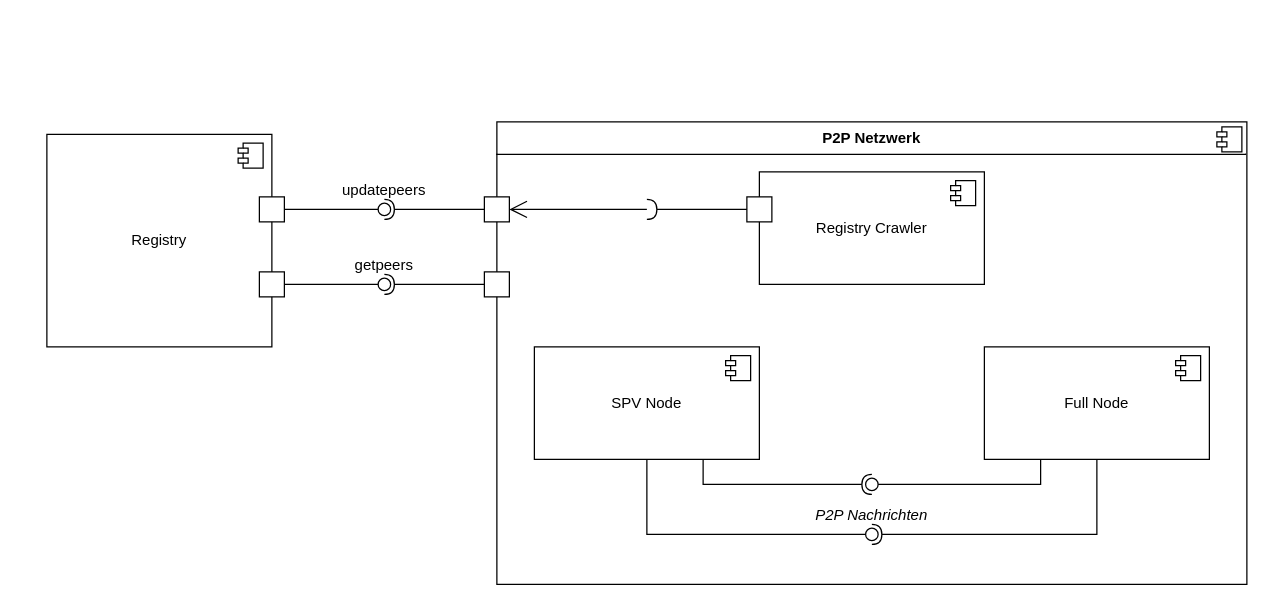
Before: docs/arc42/arc42-MinerNetwork/images/Layer 1.drawio in bjoern621/VSP-Blockchain, a draw.io diagram. Source tidied: cells renumbered, new cells numbered last; positions are measured from the earlier drawing's top-left corner, leaving out a move shared by most shapes. Both pictures are drawn from the tidied source at 125%, with x=0, y=0 at pixel (46, 121).
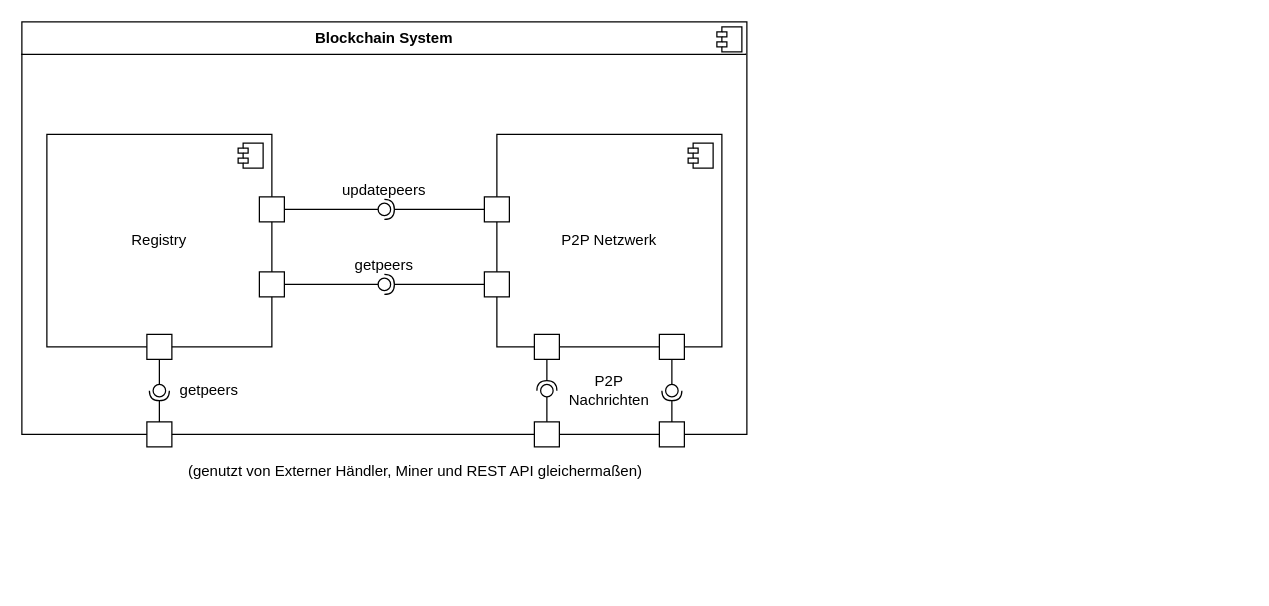
Above is the later version.

Commit message (it also covers changes not shown here):
Diagramme angepasst

Diff of the diagram source:
```diff
@@
-    <mxCell id="2" value="&lt;p style=&quot;margin:0px;margin-top:6px;text-align:center;&quot;&gt;&lt;b&gt;P2P Netzwerk&lt;/b&gt;&lt;/p&gt;&lt;hr size=&quot;1&quot; style=&quot;border-style:solid;&quot;&gt;&lt;p style=&quot;margin:0px;margin-left:8px;&quot;&gt;&lt;br&gt;&lt;/p&gt;" style="align=left;overflow=fill;html=1;whiteSpace=wrap;" parent="1" vertex="1">
-      <mxGeometry x="360" width="600" height="370" as="geometry" />
-    </mxCell>
-    <mxCell id="3" style="shape=component;jettyWidth=8;jettyHeight=4;" parent="2" vertex="1">
-      <mxGeometry x="1" width="20" height="20" relative="1" as="geometry">
-        <mxPoint x="-24" y="4" as="offset" />
-      </mxGeometry>
-    </mxCell>
-    <mxCell id="4" value="Registry Crawler" style="html=1;whiteSpace=wrap;" parent="1" vertex="1">
-      <mxGeometry x="570" y="40" width="180" height="90" as="geometry" />
-    </mxCell>
-    <mxCell id="5" style="shape=module;jettyWidth=8;jettyHeight=4;" parent="4" vertex="1">
-      <mxGeometry x="1" width="20" height="20" relative="1" as="geometry">
-        <mxPoint x="-27" y="7" as="offset" />
-      </mxGeometry>
-    </mxCell>
-    <mxCell id="6" value="Full Node" style="html=1;whiteSpace=wrap;" parent="1" vertex="1">
-      <mxGeometry x="750" y="180" width="180" height="90" as="geometry" />
-    </mxCell>
-    <mxCell id="7" style="shape=module;jettyWidth=8;jettyHeight=4;" parent="6" vertex="1">
-      <mxGeometry x="1" width="20" height="20" relative="1" as="geometry">
-        <mxPoint x="-27" y="7" as="offset" />
-      </mxGeometry>
-    </mxCell>
-    <mxCell id="8" value="SPV Node" style="html=1;whiteSpace=wrap;" parent="1" vertex="1">
-      <mxGeometry x="390" y="180" width="180" height="90" as="geometry" />
-    </mxCell>
-    <mxCell id="9" style="shape=module;jettyWidth=8;jettyHeight=4;" parent="8" vertex="1">
-      <mxGeometry x="1" width="20" height="20" relative="1" as="geometry">
-        <mxPoint x="-27" y="7" as="offset" />
-      </mxGeometry>
-    </mxCell>
-    <mxCell id="10" style="ellipse;whiteSpace=wrap;html=1;align=center;fillColor=none;strokeColor=none;perimeter=centerPerimeter;" parent="1" vertex="1">
-      <mxGeometry x="910" y="130" width="10" height="10" as="geometry" />
-    </mxCell>
-    <mxCell id="11" style="rounded=0;jettySize=auto;html=1;endArrow=halfCircle;endFill=0;endSize=6;strokeWidth=1;sketch=0;exitX=0.75;exitY=1;exitDx=0;exitDy=0;edgeStyle=orthogonalEdgeStyle;" parent="1" edge="1" source="8">
-      <mxGeometry relative="1" as="geometry">
-        <mxPoint x="660" y="290" as="targetPoint" />
-        <Array as="points">
-          <mxPoint x="525" y="290" />
-        </Array>
-      </mxGeometry>
-    </mxCell>
-    <mxCell id="12" style="rounded=0;jettySize=auto;html=1;endArrow=oval;endFill=0;sketch=0;sourcePerimeterSpacing=0;targetPerimeterSpacing=0;endSize=10;exitX=0.25;exitY=1;exitDx=0;exitDy=0;edgeStyle=orthogonalEdgeStyle;" parent="1" edge="1" source="6">
-      <mxGeometry relative="1" as="geometry">
-        <mxPoint x="660" y="290" as="targetPoint" />
-        <Array as="points">
-          <mxPoint x="795" y="290" />
-        </Array>
-      </mxGeometry>
-    </mxCell>
-    <mxCell id="13" style="ellipse;whiteSpace=wrap;html=1;align=center;fillColor=none;strokeColor=none;perimeter=centerPerimeter;" parent="1" vertex="1">
-      <mxGeometry x="855" y="100" width="10" height="10" as="geometry" />
-    </mxCell>
-    <mxCell id="14" style="rounded=0;jettySize=auto;html=1;endArrow=halfCircle;endFill=0;endSize=6;strokeWidth=1;sketch=0;edgeStyle=orthogonalEdgeStyle;exitX=0.5;exitY=1;exitDx=0;exitDy=0;" parent="1" edge="1" source="6">
-      <mxGeometry relative="1" as="geometry">
-        <mxPoint x="660" y="330" as="targetPoint" />
-        <Array as="points">
-          <mxPoint x="840" y="330" />
-        </Array>
-      </mxGeometry>
-    </mxCell>
-    <mxCell id="15" style="rounded=0;jettySize=auto;html=1;endArrow=oval;endFill=0;sketch=0;sourcePerimeterSpacing=0;targetPerimeterSpacing=0;endSize=10;edgeStyle=orthogonalEdgeStyle;exitX=0.5;exitY=1;exitDx=0;exitDy=0;" parent="1" edge="1" source="8">
-      <mxGeometry relative="1" as="geometry">
-        <mxPoint x="660" y="330" as="targetPoint" />
-        <Array as="points">
-          <mxPoint x="480" y="330" />
-        </Array>
-      </mxGeometry>
-    </mxCell>
-    <mxCell id="16" value="&lt;i&gt;P2P Nachrichten&lt;/i&gt;" style="text;html=1;whiteSpace=wrap;strokeColor=none;fillColor=none;align=center;verticalAlign=middle;rounded=0;glass=0;" parent="1" vertex="1">
-      <mxGeometry x="600" y="300" width="120" height="30" as="geometry" />
-    </mxCell>
+    <mxCell id="35" value="&lt;p style=&quot;margin:0px;margin-top:6px;text-align:center;&quot;&gt;&lt;b&gt;Blockchain System&lt;/b&gt;&lt;/p&gt;&lt;hr size=&quot;1&quot; style=&quot;border-style:solid;&quot;&gt;&lt;p style=&quot;margin:0px;margin-left:8px;&quot;&gt;&lt;br&gt;&lt;/p&gt;" style="align=left;overflow=fill;html=1;whiteSpace=wrap;" parent="1" vertex="1">
+      <mxGeometry x="-20" y="-80" width="580" height="330" as="geometry" />
+    </mxCell>
+    <mxCell id="36" style="shape=component;jettyWidth=8;jettyHeight=4;" parent="35" vertex="1">
+      <mxGeometry x="1" width="20" height="20" relative="1" as="geometry">
+        <mxPoint x="-24" y="4" as="offset" />
+      </mxGeometry>
+    </mxCell>
@@
-    <mxCell id="20" style="rounded=0;whiteSpace=wrap;html=1;" parent="1" vertex="1">
-      <mxGeometry x="350" y="60" width="20" height="20" as="geometry" />
-    </mxCell>
@@
-    <mxCell id="23" style="ellipse;whiteSpace=wrap;html=1;align=center;fillColor=none;strokeColor=none;perimeter=centerPerimeter;" parent="1" vertex="1">
-      <mxGeometry x="475" y="40" width="10" height="10" as="geometry" />
-    </mxCell>
@@
-    <mxCell id="25" style="rounded=0;whiteSpace=wrap;html=1;" parent="1" vertex="1">
-      <mxGeometry x="350" y="120" width="20" height="20" as="geometry" />
-    </mxCell>
@@
-    <mxCell id="30" style="rounded=0;whiteSpace=wrap;html=1;" parent="1" vertex="1">
-      <mxGeometry x="560" y="60" width="20" height="20" as="geometry" />
-    </mxCell>
-    <mxCell id="31" style="ellipse;whiteSpace=wrap;html=1;align=center;fillColor=none;strokeColor=none;perimeter=centerPerimeter;" parent="1" vertex="1">
-      <mxGeometry x="490" y="90" width="10" height="10" as="geometry" />
-    </mxCell>
-    <mxCell id="32" style="rounded=0;jettySize=auto;html=1;endArrow=halfCircle;endFill=0;endSize=6;strokeWidth=1;sketch=0;exitX=0;exitY=0.5;exitDx=0;exitDy=0;" parent="1" edge="1" source="30">
-      <mxGeometry relative="1" as="geometry">
-        <mxPoint x="480" y="70" as="targetPoint" />
-      </mxGeometry>
-    </mxCell>
-    <mxCell id="33" style="ellipse;whiteSpace=wrap;html=1;align=center;fillColor=none;strokeColor=none;perimeter=centerPerimeter;" parent="1" vertex="1">
-      <mxGeometry x="485" y="60" width="10" height="10" as="geometry" />
-    </mxCell>
-    <mxCell id="34" style="endArrow=open;endFill=1;endSize=12;html=1;rounded=0;entryX=1;entryY=0.5;entryDx=0;entryDy=0;" parent="1" edge="1" target="20">
-      <mxGeometry relative="1" as="geometry">
-        <mxPoint x="480" y="70" as="sourcePoint" />
-      </mxGeometry>
-    </mxCell>
+    <mxCell id="2" value="P2P Netzwerk" style="html=1;whiteSpace=wrap;" parent="1" vertex="1">
+      <mxGeometry x="360" y="10" width="180" height="170" as="geometry" />
+    </mxCell>
+    <mxCell id="37" style="shape=module;jettyWidth=8;jettyHeight=4;" parent="2" vertex="1">
+      <mxGeometry x="1" width="20" height="20" relative="1" as="geometry">
+        <mxPoint x="-27" y="7" as="offset" />
+      </mxGeometry>
+    </mxCell>
+    <mxCell id="20" style="rounded=0;whiteSpace=wrap;html=1;" parent="1" vertex="1">
+      <mxGeometry x="350" y="60" width="20" height="20" as="geometry" />
+    </mxCell>
+    <mxCell id="25" style="rounded=0;whiteSpace=wrap;html=1;" parent="1" vertex="1">
+      <mxGeometry x="350" y="120" width="20" height="20" as="geometry" />
+    </mxCell>
+    <mxCell id="38" style="rounded=0;whiteSpace=wrap;html=1;" parent="1" vertex="1">
+      <mxGeometry x="80" y="170" width="20" height="20" as="geometry" />
+    </mxCell>
+    <mxCell id="39" style="rounded=0;whiteSpace=wrap;html=1;" parent="1" vertex="1">
+      <mxGeometry x="80" y="240" width="20" height="20" as="geometry" />
+    </mxCell>
+    <mxCell id="40" style="rounded=0;jettySize=auto;html=1;endArrow=halfCircle;endFill=0;endSize=6;strokeWidth=1;sketch=0;exitX=0.5;exitY=0;exitDx=0;exitDy=0;" parent="1" edge="1" source="39" target="42">
+      <mxGeometry relative="1" as="geometry" />
+    </mxCell>
+    <mxCell id="41" style="rounded=0;jettySize=auto;html=1;endArrow=oval;endFill=0;sketch=0;sourcePerimeterSpacing=0;targetPerimeterSpacing=0;endSize=10;exitX=0.5;exitY=1;exitDx=0;exitDy=0;" parent="1" edge="1" source="38" target="42">
+      <mxGeometry relative="1" as="geometry" />
+    </mxCell>
+    <mxCell id="42" style="ellipse;whiteSpace=wrap;html=1;align=center;fillColor=none;strokeColor=none;perimeter=centerPerimeter;points=[];outlineConnect=1;" parent="1" vertex="1">
+      <mxGeometry x="85" y="210" width="10" height="10" as="geometry" />
+    </mxCell>
+    <mxCell id="43" value="getpeers" style="text;html=1;whiteSpace=wrap;strokeColor=none;fillColor=none;align=center;verticalAlign=middle;rounded=0;" parent="1" vertex="1">
+      <mxGeometry x="80" y="200" width="100" height="30" as="geometry" />
+    </mxCell>
+    <mxCell id="44" style="rounded=0;whiteSpace=wrap;html=1;" parent="1" vertex="1">
+      <mxGeometry x="390" y="170" width="20" height="20" as="geometry" />
+    </mxCell>
+    <mxCell id="45" style="rounded=0;whiteSpace=wrap;html=1;" parent="1" vertex="1">
+      <mxGeometry x="490" y="170" width="20" height="20" as="geometry" />
+    </mxCell>
+    <mxCell id="46" style="rounded=0;jettySize=auto;html=1;endArrow=halfCircle;endFill=0;endSize=6;strokeWidth=1;sketch=0;exitX=0.5;exitY=1;exitDx=0;exitDy=0;" parent="1" edge="1" source="44" target="48">
+      <mxGeometry relative="1" as="geometry" />
+    </mxCell>
+    <mxCell id="47" style="rounded=0;jettySize=auto;html=1;endArrow=oval;endFill=0;sketch=0;sourcePerimeterSpacing=0;targetPerimeterSpacing=0;endSize=10;exitX=0.5;exitY=0;exitDx=0;exitDy=0;" parent="1" edge="1" source="49" target="48">
+      <mxGeometry relative="1" as="geometry" />
+    </mxCell>
+    <mxCell id="48" style="ellipse;whiteSpace=wrap;html=1;align=center;fillColor=none;strokeColor=none;perimeter=centerPerimeter;points=[];outlineConnect=1;" parent="1" vertex="1">
+      <mxGeometry x="395" y="210" width="10" height="10" as="geometry" />
+    </mxCell>
+    <mxCell id="49" style="rounded=0;whiteSpace=wrap;html=1;" parent="1" vertex="1">
+      <mxGeometry x="390" y="240" width="20" height="20" as="geometry" />
+    </mxCell>
+    <mxCell id="50" style="rounded=0;whiteSpace=wrap;html=1;" parent="1" vertex="1">
+      <mxGeometry x="490" y="240" width="20" height="20" as="geometry" />
+    </mxCell>
+    <mxCell id="51" style="rounded=0;jettySize=auto;html=1;endArrow=halfCircle;endFill=0;endSize=6;strokeWidth=1;sketch=0;exitX=0.5;exitY=0;exitDx=0;exitDy=0;" parent="1" edge="1" source="50" target="53">
+      <mxGeometry relative="1" as="geometry" />
+    </mxCell>
+    <mxCell id="52" style="rounded=0;jettySize=auto;html=1;endArrow=oval;endFill=0;sketch=0;sourcePerimeterSpacing=0;targetPerimeterSpacing=0;endSize=10;exitX=0.5;exitY=1;exitDx=0;exitDy=0;" parent="1" edge="1" source="45" target="53">
+      <mxGeometry relative="1" as="geometry" />
+    </mxCell>
+    <mxCell id="53" style="ellipse;whiteSpace=wrap;html=1;align=center;fillColor=none;strokeColor=none;perimeter=centerPerimeter;points=[];outlineConnect=1;" parent="1" vertex="1">
+      <mxGeometry x="495" y="210" width="10" height="10" as="geometry" />
+    </mxCell>
+    <mxCell id="16" value="P2P Nachrichten" style="text;html=1;whiteSpace=wrap;strokeColor=none;fillColor=none;align=center;verticalAlign=middle;rounded=0;" parent="1" vertex="1">
+      <mxGeometry x="410" y="200" width="80" height="30" as="geometry" />
+    </mxCell>
+    <mxCell id="54" value="(genutzt von Externer Händler, Miner und REST API gleichermaßen)" style="text;html=1;whiteSpace=wrap;align=center;verticalAlign=middle;rounded=0;fillColor=light-dark(#FFFFFF,#4D4D4D);" parent="1" vertex="1">
+      <mxGeometry x="80" y="270" width="430" height="20" as="geometry" />
+    </mxCell>
```
